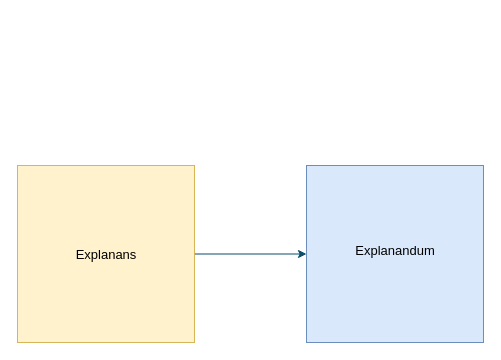
The draw.io diagram Untitled Diagram.drawio in ShashwatVv/ChartMake, before the edit. Source tidied: cells renumbered, new cells numbered last; positions are measured from the earlier drawing's top-left corner, leaving out a move shared by most shapes. Both pictures are drawn from the tidied source at 100%, with x=0, y=0 at pixel (17, 165).
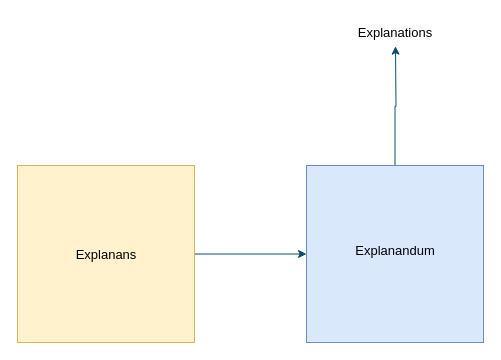
Above is the later version.

What changed in the source:
```diff
@@
 <mxGraphModel>
   <root>
     <mxCell id="0" />
     <mxCell id="1" parent="0" />
     <mxCell id="2" style="edgeStyle=orthogonalEdgeStyle;rounded=0;jettySize=auto;html=1;strokeColor=#0B4D6A;" parent="1" edge="1" source="3" target="4">
       <mxGeometry relative="1" as="geometry" />
     </mxCell>
     <mxCell id="3" style="whiteSpace=wrap;html=1;fontSize=13;fillColor=#fff2cc;strokeColor=#d6b656;" parent="1" vertex="1">
       <mxGeometry width="177" height="177" as="geometry" />
     </mxCell>
+    <mxCell id="7" style="edgeStyle=orthogonalEdgeStyle;rounded=0;jettySize=auto;html=1;exitX=0.5;exitY=0;exitDx=0;exitDy=0;strokeColor=#0B4D6A;" parent="1" edge="1" source="4">
+      <mxGeometry relative="1" as="geometry">
+        <mxPoint x="378" y="-119.3" as="targetPoint" />
+      </mxGeometry>
+    </mxCell>
     <mxCell id="4" style="whiteSpace=wrap;html=1;fontSize=13;fillColor=#dae8fc;strokeColor=#6c8ebf;" parent="1" vertex="1">
       <mxGeometry x="289" width="177" height="177" as="geometry" />
     </mxCell>
     <mxCell id="5" value="Explanandum" style="text;html=1;strokeColor=none;fillColor=none;align=center;verticalAlign=middle;whiteSpace=wrap;rounded=0;fontSize=13;" parent="1" vertex="1">
       <mxGeometry x="315.5" y="70" width="124" height="30" as="geometry" />
     </mxCell>
     <mxCell id="6" value="Explanans" style="text;html=1;strokeColor=none;fillColor=none;align=center;verticalAlign=middle;whiteSpace=wrap;rounded=0;fontSize=13;" parent="1" vertex="1">
       <mxGeometry x="26.5" y="73.5" width="124" height="30" as="geometry" />
     </mxCell>
+    <mxCell id="8" value="Explanations" style="text;html=1;strokeColor=none;fillColor=none;align=center;verticalAlign=middle;whiteSpace=wrap;rounded=0;fontSize=13;" parent="1" vertex="1">
+      <mxGeometry x="315.5" y="-148" width="124" height="30" as="geometry" />
+    </mxCell>
   </root>
 </mxGraphModel>
```
